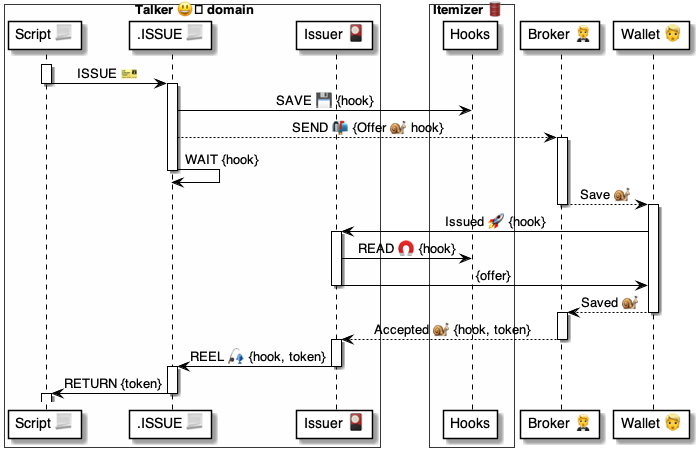
This is 4 ⚙️ Solution/37 Scripts 📃/📃 Commands ⌘/⌘ for methods 🤵/ISSUE 🎫/🎫 ISSUE ⚙️ uml.png from pollyweb-org/pollyweb-docs, a PlantUML export, as it was before one commit. Its source is kept beside it as 4 ⚙️ Solution/37 Scripts 📃/📃 Commands ⌘/⌘ for methods 🤵/ISSUE 🎫/🎫 ISSUE ⚙️ uml.puml.
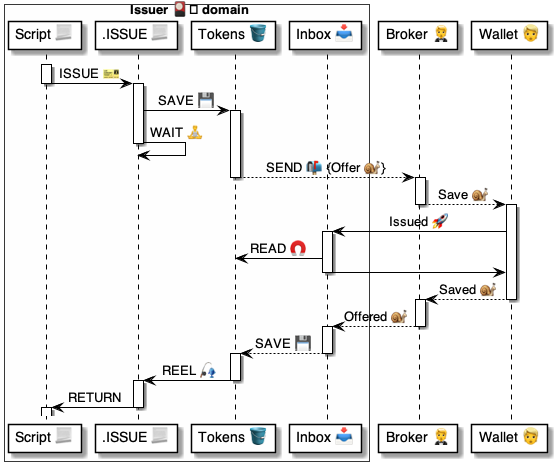
The same file after the commit.

What changed in the source:
```diff
@@ -1,14 +1,11 @@
 @startuml ISSUE
 
 
-box Talker 😃️ domain #FFFFFA
+box Issuer 🎴️ domain #FFFFFA
     participant "Script 📃" as script
     participant ".ISSUE 📃" as talker
-    participant "Issuer 🎴" as issuer
-end box
-
-box Itemizer 🛢  #FFFFFA
-    participant "Hooks" as hooks
+    participant "Tokens 🪣" as hooks
+    participant "Inbox 📥" as issuer
 end box
 
 participant "Broker 🤵" as broker
@@ -19,36 +16,43 @@
 deactivate script
 
 activate talker
-    talker -> hooks: SAVE 💾 {hook}
-    talker --> broker: SEND 📬 {Offer 🐌 hook}
-activate broker
-    talker -> talker: WAIT {hook}
+    talker -> hooks: SAVE 💾
+activate hooks
+    talker -> talker: WAIT 🧘
 deactivate talker
 
+    hooks --> broker: SEND 📬 {Offer 🐌}
+deactivate hooks
+
+activate broker
     broker --> wallet: Save 🐌
 deactivate broker
 
 activate wallet
-    wallet -> issuer: Issued 🚀 {hook}
+    wallet -> issuer: Issued 🚀
 
     activate issuer
-        issuer -> hooks: READ 🧲 {hook}
-        issuer -> wallet: {offer}
+        issuer -> hooks: READ 🧲
+        issuer -> wallet:
     deactivate issuer
 
     wallet --> broker: Saved 🐌
 deactivate wallet
 
 activate broker
-    broker --> issuer: Accepted 🐌 {hook, token}
+    broker --> issuer: Offered 🐌
 deactivate broker
 
 activate issuer
-    issuer -> talker: REEL 🎣 {hook, token}
+    issuer --> hooks: SAVE 💾
 deactivate issuer
 
+activate hooks
+    hooks -> talker: REEL 🎣
+deactivate hooks
+
 activate talker
-    talker -> script: RETURN {token}
+    talker -> script: RETURN
 deactivate talker
 
 activate script
```
